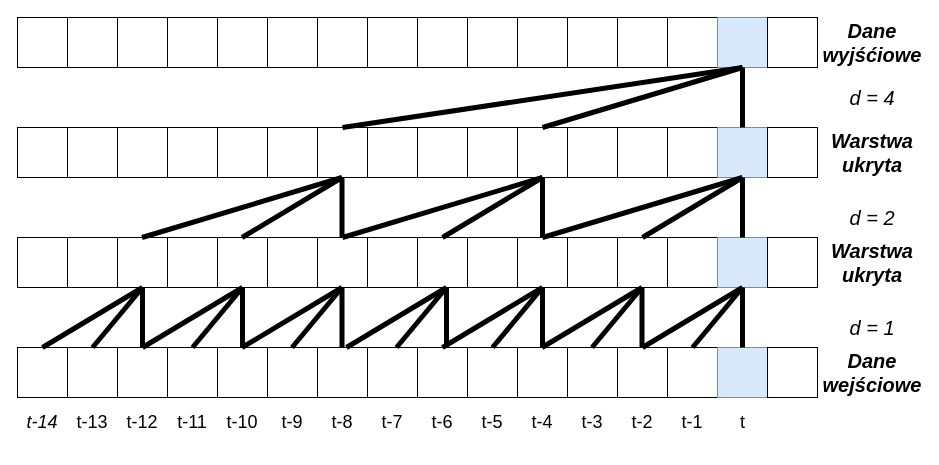
Earlier version of the draw.io diagram Img/tcn.drawio (plubon/Basecaller). Source tidied: cells renumbered, new cells numbered last; positions are measured from the earlier drawing's top-left corner, leaving out a move shared by most shapes. Both pictures are drawn from the tidied source at 100%, with x=0, y=0 at pixel (17, 17).
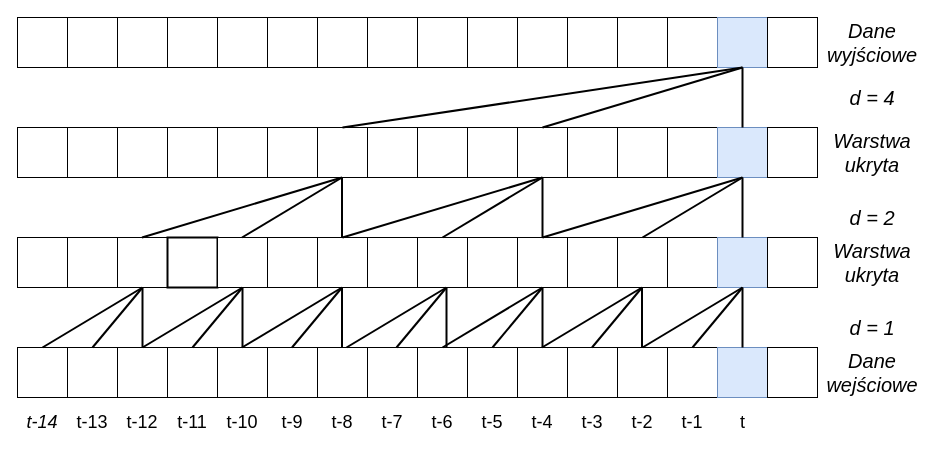
The same page after the edit.

Unchanged cells that the change refers to:
```xml
<mxCell id="16" style="rounded=0;whiteSpace=wrap;html=1;fillColor=#dae8fc;strokeColor=#6c8ebf;" parent="1" vertex="1">
  <mxGeometry x="700" width="50" height="50" as="geometry" />
</mxCell>
<mxCell id="24" style="rounded=0;whiteSpace=wrap;html=1;" parent="1" vertex="1">
  <mxGeometry x="300" y="110" width="50" height="50" as="geometry" />
</mxCell>
<mxCell id="28" style="rounded=0;whiteSpace=wrap;html=1;" parent="1" vertex="1">
  <mxGeometry x="500" y="110" width="50" height="50" as="geometry" />
</mxCell>
<mxCell id="32" style="rounded=0;whiteSpace=wrap;html=1;fillColor=#dae8fc;strokeColor=#6c8ebf;" parent="1" vertex="1">
  <mxGeometry x="700" y="110" width="50" height="50" as="geometry" />
</mxCell>
<mxCell id="44" style="rounded=0;whiteSpace=wrap;html=1;" parent="1" vertex="1">
  <mxGeometry x="500" y="220" width="50" height="50" as="geometry" />
</mxCell>
<mxCell id="46" style="rounded=0;whiteSpace=wrap;html=1;" parent="1" vertex="1">
  <mxGeometry x="600" y="220" width="50" height="50" as="geometry" />
</mxCell>
<mxCell id="48" style="rounded=0;whiteSpace=wrap;html=1;fillColor=#dae8fc;strokeColor=#6c8ebf;" parent="1" vertex="1">
  <mxGeometry x="700" y="220" width="50" height="50" as="geometry" />
</mxCell>
<mxCell id="62" style="rounded=0;whiteSpace=wrap;html=1;" parent="1" vertex="1">
  <mxGeometry x="600" y="330" width="50" height="50" as="geometry" />
</mxCell>
<mxCell id="63" style="rounded=0;whiteSpace=wrap;html=1;" parent="1" vertex="1">
  <mxGeometry x="650" y="330" width="50" height="50" as="geometry" />
</mxCell>
<mxCell id="64" style="rounded=0;whiteSpace=wrap;html=1;fillColor=#dae8fc;strokeColor=#6c8ebf;" parent="1" vertex="1">
  <mxGeometry x="700" y="330" width="50" height="50" as="geometry" />
</mxCell>
```

The edit, as a diff of the source:
```diff
@@
-    <mxCell id="37" style="rounded=0;whiteSpace=wrap;html=1;" parent="1" vertex="1">
+    <mxCell id="37" style="rounded=0;whiteSpace=wrap;html=1;strokeWidth=2;" parent="1" vertex="1">
       <mxGeometry x="150" y="220" width="50" height="50" as="geometry" />
     </mxCell>
@@
-    <mxCell id="66" style="endArrow=none;html=1;entryX=0.5;entryY=1;entryDx=0;entryDy=0;exitX=0.5;exitY=0;exitDx=0;exitDy=0;strokeWidth=5;" parent="1" edge="1" source="32" target="16">
+    <mxCell id="66" style="endArrow=none;html=1;entryX=0.5;entryY=1;entryDx=0;entryDy=0;exitX=0.5;exitY=0;exitDx=0;exitDy=0;strokeWidth=2;" parent="1" edge="1" source="32" target="16">
       <mxGeometry relative="1" as="geometry" />
     </mxCell>
-    <mxCell id="67" style="endArrow=none;html=1;exitX=0.5;exitY=0;exitDx=0;exitDy=0;strokeWidth=5;" parent="1" edge="1" source="48">
+    <mxCell id="67" style="endArrow=none;html=1;exitX=0.5;exitY=0;exitDx=0;exitDy=0;strokeWidth=2;" parent="1" edge="1" source="48">
       <mxGeometry relative="1" as="geometry">
         <mxPoint x="725" y="160" as="targetPoint" />
       </mxGeometry>
     </mxCell>
-    <mxCell id="68" style="endArrow=none;html=1;strokeWidth=5;entryX=0.5;entryY=1;entryDx=0;entryDy=0;" parent="1" edge="1" source="64" target="48">
+    <mxCell id="68" style="endArrow=none;html=1;strokeWidth=2;entryX=0.5;entryY=1;entryDx=0;entryDy=0;" parent="1" edge="1" source="64" target="48">
       <mxGeometry relative="1" as="geometry" />
     </mxCell>
-    <mxCell id="69" style="endArrow=none;html=1;entryX=0.5;entryY=1;entryDx=0;entryDy=0;exitX=0.5;exitY=0;exitDx=0;exitDy=0;strokeWidth=5;" parent="1" edge="1" source="28" target="16">
+    <mxCell id="69" style="endArrow=none;html=1;entryX=0.5;entryY=1;entryDx=0;entryDy=0;exitX=0.5;exitY=0;exitDx=0;exitDy=0;strokeWidth=2;" parent="1" edge="1" source="28" target="16">
       <mxGeometry relative="1" as="geometry" />
     </mxCell>
-    <mxCell id="70" style="endArrow=none;html=1;entryX=0.5;entryY=1;entryDx=0;entryDy=0;exitX=0.5;exitY=0;exitDx=0;exitDy=0;strokeWidth=5;" parent="1" edge="1" source="24" target="16">
+    <mxCell id="70" style="endArrow=none;html=1;entryX=0.5;entryY=1;entryDx=0;entryDy=0;exitX=0.5;exitY=0;exitDx=0;exitDy=0;strokeWidth=2;" parent="1" edge="1" source="24" target="16">
       <mxGeometry relative="1" as="geometry" />
     </mxCell>
-    <mxCell id="71" style="endArrow=none;html=1;entryX=0.5;entryY=1;entryDx=0;entryDy=0;exitX=0.5;exitY=0;exitDx=0;exitDy=0;strokeWidth=5;" parent="1" edge="1" source="46" target="32">
+    <mxCell id="71" style="endArrow=none;html=1;entryX=0.5;entryY=1;entryDx=0;entryDy=0;exitX=0.5;exitY=0;exitDx=0;exitDy=0;strokeWidth=2;" parent="1" edge="1" source="46" target="32">
       <mxGeometry relative="1" as="geometry" />
     </mxCell>
-    <mxCell id="72" style="endArrow=none;html=1;entryX=0.5;entryY=1;entryDx=0;entryDy=0;exitX=0.5;exitY=0;exitDx=0;exitDy=0;strokeWidth=5;" parent="1" edge="1" source="44" target="32">
+    <mxCell id="72" style="endArrow=none;html=1;entryX=0.5;entryY=1;entryDx=0;entryDy=0;exitX=0.5;exitY=0;exitDx=0;exitDy=0;strokeWidth=2;" parent="1" edge="1" source="44" target="32">
       <mxGeometry relative="1" as="geometry" />
     </mxCell>
-    <mxCell id="73" style="endArrow=none;html=1;strokeWidth=5;entryX=0.5;entryY=1;entryDx=0;entryDy=0;exitX=0.5;exitY=0;exitDx=0;exitDy=0;" parent="1" edge="1" source="63" target="48">
+    <mxCell id="73" style="endArrow=none;html=1;strokeWidth=2;entryX=0.5;entryY=1;entryDx=0;entryDy=0;exitX=0.5;exitY=0;exitDx=0;exitDy=0;" parent="1" edge="1" source="63" target="48">
       <mxGeometry relative="1" as="geometry" />
     </mxCell>
-    <mxCell id="74" style="endArrow=none;html=1;strokeWidth=5;entryX=0.5;entryY=1;entryDx=0;entryDy=0;exitX=0.5;exitY=0;exitDx=0;exitDy=0;" parent="1" edge="1" source="62" target="48">
+    <mxCell id="74" style="endArrow=none;html=1;strokeWidth=2;entryX=0.5;entryY=1;entryDx=0;entryDy=0;exitX=0.5;exitY=0;exitDx=0;exitDy=0;" parent="1" edge="1" source="62" target="48">
       <mxGeometry relative="1" as="geometry" />
     </mxCell>
-    <mxCell id="75" style="endArrow=none;html=1;exitX=0.5;exitY=0;exitDx=0;exitDy=0;strokeWidth=5;" parent="1" edge="1">
+    <mxCell id="75" style="endArrow=none;html=1;exitX=0.5;exitY=0;exitDx=0;exitDy=0;strokeWidth=2;" parent="1" edge="1">
       <mxGeometry relative="1" as="geometry">
         <mxPoint x="525" y="220" as="sourcePoint" />
         <mxPoint x="525" y="160" as="targetPoint" />
       </mxGeometry>
     </mxCell>
-    <mxCell id="76" style="endArrow=none;html=1;entryX=0.5;entryY=1;entryDx=0;entryDy=0;exitX=0.5;exitY=0;exitDx=0;exitDy=0;strokeWidth=5;" parent="1" edge="1">
+    <mxCell id="76" style="endArrow=none;html=1;entryX=0.5;entryY=1;entryDx=0;entryDy=0;exitX=0.5;exitY=0;exitDx=0;exitDy=0;strokeWidth=2;" parent="1" edge="1">
       <mxGeometry relative="1" as="geometry">
         <mxPoint x="425" y="220" as="sourcePoint" />
         <mxPoint x="525" y="160" as="targetPoint" />
       </mxGeometry>
     </mxCell>
-    <mxCell id="77" style="endArrow=none;html=1;entryX=0.5;entryY=1;entryDx=0;entryDy=0;exitX=0.5;exitY=0;exitDx=0;exitDy=0;strokeWidth=5;" parent="1" edge="1">
+    <mxCell id="77" style="endArrow=none;html=1;entryX=0.5;entryY=1;entryDx=0;entryDy=0;exitX=0.5;exitY=0;exitDx=0;exitDy=0;strokeWidth=2;" parent="1" edge="1">
       <mxGeometry relative="1" as="geometry">
         <mxPoint x="325" y="220" as="sourcePoint" />
         <mxPoint x="525" y="160" as="targetPoint" />
       </mxGeometry>
     </mxCell>
-    <mxCell id="78" style="endArrow=none;html=1;exitX=0.5;exitY=0;exitDx=0;exitDy=0;strokeWidth=5;" parent="1" edge="1">
+    <mxCell id="78" style="endArrow=none;html=1;exitX=0.5;exitY=0;exitDx=0;exitDy=0;strokeWidth=2;" parent="1" edge="1">
       <mxGeometry relative="1" as="geometry">
         <mxPoint x="324.5" y="220" as="sourcePoint" />
         <mxPoint x="324.5" y="160" as="targetPoint" />
       </mxGeometry>
     </mxCell>
-    <mxCell id="79" style="endArrow=none;html=1;entryX=0.5;entryY=1;entryDx=0;entryDy=0;exitX=0.5;exitY=0;exitDx=0;exitDy=0;strokeWidth=5;" parent="1" edge="1">
+    <mxCell id="79" style="endArrow=none;html=1;entryX=0.5;entryY=1;entryDx=0;entryDy=0;exitX=0.5;exitY=0;exitDx=0;exitDy=0;strokeWidth=2;" parent="1" edge="1">
       <mxGeometry relative="1" as="geometry">
         <mxPoint x="224.5" y="220" as="sourcePoint" />
         <mxPoint x="324.5" y="160" as="targetPoint" />
       </mxGeometry>
     </mxCell>
-    <mxCell id="80" style="endArrow=none;html=1;entryX=0.5;entryY=1;entryDx=0;entryDy=0;exitX=0.5;exitY=0;exitDx=0;exitDy=0;strokeWidth=5;" parent="1" edge="1">
+    <mxCell id="80" style="endArrow=none;html=1;entryX=0.5;entryY=1;entryDx=0;entryDy=0;exitX=0.5;exitY=0;exitDx=0;exitDy=0;strokeWidth=2;" parent="1" edge="1">
       <mxGeometry relative="1" as="geometry">
         <mxPoint x="124.5" y="220" as="sourcePoint" />
         <mxPoint x="324.5" y="160" as="targetPoint" />
       </mxGeometry>
     </mxCell>
-    <mxCell id="81" style="endArrow=none;html=1;strokeWidth=5;entryX=0.5;entryY=1;entryDx=0;entryDy=0;" parent="1" edge="1">
+    <mxCell id="81" style="endArrow=none;html=1;strokeWidth=2;entryX=0.5;entryY=1;entryDx=0;entryDy=0;" parent="1" edge="1">
       <mxGeometry relative="1" as="geometry">
         <mxPoint x="624.5" y="330" as="sourcePoint" />
         <mxPoint x="624.5" y="270" as="targetPoint" />
       </mxGeometry>
     </mxCell>
-    <mxCell id="82" style="endArrow=none;html=1;strokeWidth=5;entryX=0.5;entryY=1;entryDx=0;entryDy=0;exitX=0.5;exitY=0;exitDx=0;exitDy=0;" parent="1" edge="1">
+    <mxCell id="82" style="endArrow=none;html=1;strokeWidth=2;entryX=0.5;entryY=1;entryDx=0;entryDy=0;exitX=0.5;exitY=0;exitDx=0;exitDy=0;" parent="1" edge="1">
       <mxGeometry relative="1" as="geometry">
         <mxPoint x="574.5" y="330" as="sourcePoint" />
         <mxPoint x="624.5" y="270" as="targetPoint" />
       </mxGeometry>
     </mxCell>
-    <mxCell id="83" style="endArrow=none;html=1;strokeWidth=5;entryX=0.5;entryY=1;entryDx=0;entryDy=0;exitX=0.5;exitY=0;exitDx=0;exitDy=0;" parent="1" edge="1">
+    <mxCell id="83" style="endArrow=none;html=1;strokeWidth=2;entryX=0.5;entryY=1;entryDx=0;entryDy=0;exitX=0.5;exitY=0;exitDx=0;exitDy=0;" parent="1" edge="1">
       <mxGeometry relative="1" as="geometry">
         <mxPoint x="524.5" y="330" as="sourcePoint" />
         <mxPoint x="624.5" y="270" as="targetPoint" />
       </mxGeometry>
     </mxCell>
-    <mxCell id="84" style="endArrow=none;html=1;strokeWidth=5;entryX=0.5;entryY=1;entryDx=0;entryDy=0;" parent="1" edge="1">
+    <mxCell id="84" style="endArrow=none;html=1;strokeWidth=2;entryX=0.5;entryY=1;entryDx=0;entryDy=0;" parent="1" edge="1">
       <mxGeometry relative="1" as="geometry">
         <mxPoint x="525" y="330" as="sourcePoint" />
         <mxPoint x="525" y="270" as="targetPoint" />
       </mxGeometry>
     </mxCell>
-    <mxCell id="85" style="endArrow=none;html=1;strokeWidth=5;entryX=0.5;entryY=1;entryDx=0;entryDy=0;exitX=0.5;exitY=0;exitDx=0;exitDy=0;" parent="1" edge="1">
+    <mxCell id="85" style="endArrow=none;html=1;strokeWidth=2;entryX=0.5;entryY=1;entryDx=0;entryDy=0;exitX=0.5;exitY=0;exitDx=0;exitDy=0;" parent="1" edge="1">
       <mxGeometry relative="1" as="geometry">
         <mxPoint x="475" y="330" as="sourcePoint" />
         <mxPoint x="525" y="270" as="targetPoint" />
       </mxGeometry>
     </mxCell>
-    <mxCell id="86" style="endArrow=none;html=1;strokeWidth=5;entryX=0.5;entryY=1;entryDx=0;entryDy=0;exitX=0.5;exitY=0;exitDx=0;exitDy=0;" parent="1" edge="1">
+    <mxCell id="86" style="endArrow=none;html=1;strokeWidth=2;entryX=0.5;entryY=1;entryDx=0;entryDy=0;exitX=0.5;exitY=0;exitDx=0;exitDy=0;" parent="1" edge="1">
       <mxGeometry relative="1" as="geometry">
         <mxPoint x="425" y="330" as="sourcePoint" />
         <mxPoint x="525" y="270" as="targetPoint" />
       </mxGeometry>
     </mxCell>
-    <mxCell id="87" style="endArrow=none;html=1;strokeWidth=5;entryX=0.5;entryY=1;entryDx=0;entryDy=0;" parent="1" edge="1">
+    <mxCell id="87" style="endArrow=none;html=1;strokeWidth=2;entryX=0.5;entryY=1;entryDx=0;entryDy=0;" parent="1" edge="1">
       <mxGeometry relative="1" as="geometry">
         <mxPoint x="429" y="330" as="sourcePoint" />
         <mxPoint x="429" y="270" as="targetPoint" />
       </mxGeometry>
     </mxCell>
-    <mxCell id="88" style="endArrow=none;html=1;strokeWidth=5;entryX=0.5;entryY=1;entryDx=0;entryDy=0;exitX=0.5;exitY=0;exitDx=0;exitDy=0;" parent="1" edge="1">
+    <mxCell id="88" style="endArrow=none;html=1;strokeWidth=2;entryX=0.5;entryY=1;entryDx=0;entryDy=0;exitX=0.5;exitY=0;exitDx=0;exitDy=0;" parent="1" edge="1">
       <mxGeometry relative="1" as="geometry">
         <mxPoint x="379" y="330" as="sourcePoint" />
         <mxPoint x="429" y="270" as="targetPoint" />
       </mxGeometry>
     </mxCell>
-    <mxCell id="89" style="endArrow=none;html=1;strokeWidth=5;entryX=0.5;entryY=1;entryDx=0;entryDy=0;exitX=0.5;exitY=0;exitDx=0;exitDy=0;" parent="1" edge="1">
+    <mxCell id="89" style="endArrow=none;html=1;strokeWidth=2;entryX=0.5;entryY=1;entryDx=0;entryDy=0;exitX=0.5;exitY=0;exitDx=0;exitDy=0;" parent="1" edge="1">
       <mxGeometry relative="1" as="geometry">
         <mxPoint x="329" y="330" as="sourcePoint" />
         <mxPoint x="429" y="270" as="targetPoint" />
       </mxGeometry>
     </mxCell>
-    <mxCell id="90" style="endArrow=none;html=1;strokeWidth=5;entryX=0.5;entryY=1;entryDx=0;entryDy=0;" parent="1" edge="1">
+    <mxCell id="90" style="endArrow=none;html=1;strokeWidth=2;entryX=0.5;entryY=1;entryDx=0;entryDy=0;" parent="1" edge="1">
       <mxGeometry relative="1" as="geometry">
         <mxPoint x="324.5" y="330" as="sourcePoint" />
         <mxPoint x="324.5" y="270" as="targetPoint" />
       </mxGeometry>
     </mxCell>
-    <mxCell id="91" style="endArrow=none;html=1;strokeWidth=5;entryX=0.5;entryY=1;entryDx=0;entryDy=0;exitX=0.5;exitY=0;exitDx=0;exitDy=0;" parent="1" edge="1">
+    <mxCell id="91" style="endArrow=none;html=1;strokeWidth=2;entryX=0.5;entryY=1;entryDx=0;entryDy=0;exitX=0.5;exitY=0;exitDx=0;exitDy=0;" parent="1" edge="1">
       <mxGeometry relative="1" as="geometry">
         <mxPoint x="274.5" y="330" as="sourcePoint" />
         <mxPoint x="324.5" y="270" as="targetPoint" />
       </mxGeometry>
     </mxCell>
-    <mxCell id="92" style="endArrow=none;html=1;strokeWidth=5;entryX=0.5;entryY=1;entryDx=0;entryDy=0;exitX=0.5;exitY=0;exitDx=0;exitDy=0;" parent="1" edge="1">
+    <mxCell id="92" style="endArrow=none;html=1;strokeWidth=2;entryX=0.5;entryY=1;entryDx=0;entryDy=0;exitX=0.5;exitY=0;exitDx=0;exitDy=0;" parent="1" edge="1">
       <mxGeometry relative="1" as="geometry">
         <mxPoint x="224.5" y="330" as="sourcePoint" />
         <mxPoint x="324.5" y="270" as="targetPoint" />
       </mxGeometry>
     </mxCell>
-    <mxCell id="93" style="endArrow=none;html=1;strokeWidth=5;entryX=0.5;entryY=1;entryDx=0;entryDy=0;" parent="1" edge="1">
+    <mxCell id="93" style="endArrow=none;html=1;strokeWidth=2;entryX=0.5;entryY=1;entryDx=0;entryDy=0;" parent="1" edge="1">
       <mxGeometry relative="1" as="geometry">
         <mxPoint x="225" y="330" as="sourcePoint" />
         <mxPoint x="225" y="270" as="targetPoint" />
       </mxGeometry>
     </mxCell>
-    <mxCell id="94" style="endArrow=none;html=1;strokeWidth=5;entryX=0.5;entryY=1;entryDx=0;entryDy=0;exitX=0.5;exitY=0;exitDx=0;exitDy=0;" parent="1" edge="1">
+    <mxCell id="94" style="endArrow=none;html=1;strokeWidth=2;entryX=0.5;entryY=1;entryDx=0;entryDy=0;exitX=0.5;exitY=0;exitDx=0;exitDy=0;" parent="1" edge="1">
       <mxGeometry relative="1" as="geometry">
         <mxPoint x="175" y="330" as="sourcePoint" />
         <mxPoint x="225" y="270" as="targetPoint" />
       </mxGeometry>
     </mxCell>
-    <mxCell id="95" style="endArrow=none;html=1;strokeWidth=5;entryX=0.5;entryY=1;entryDx=0;entryDy=0;exitX=0.5;exitY=0;exitDx=0;exitDy=0;" parent="1" edge="1">
+    <mxCell id="95" style="endArrow=none;html=1;strokeWidth=2;entryX=0.5;entryY=1;entryDx=0;entryDy=0;exitX=0.5;exitY=0;exitDx=0;exitDy=0;" parent="1" edge="1">
       <mxGeometry relative="1" as="geometry">
         <mxPoint x="125" y="330" as="sourcePoint" />
         <mxPoint x="225" y="270" as="targetPoint" />
       </mxGeometry>
     </mxCell>
-    <mxCell id="96" style="endArrow=none;html=1;strokeWidth=5;entryX=0.5;entryY=1;entryDx=0;entryDy=0;" parent="1" edge="1">
+    <mxCell id="96" style="endArrow=none;html=1;strokeWidth=2;entryX=0.5;entryY=1;entryDx=0;entryDy=0;" parent="1" edge="1">
       <mxGeometry relative="1" as="geometry">
         <mxPoint x="125" y="330" as="sourcePoint" />
         <mxPoint x="125" y="270" as="targetPoint" />
       </mxGeometry>
     </mxCell>
-    <mxCell id="97" style="endArrow=none;html=1;strokeWidth=5;entryX=0.5;entryY=1;entryDx=0;entryDy=0;exitX=0.5;exitY=0;exitDx=0;exitDy=0;" parent="1" edge="1">
+    <mxCell id="97" style="endArrow=none;html=1;strokeWidth=2;entryX=0.5;entryY=1;entryDx=0;entryDy=0;exitX=0.5;exitY=0;exitDx=0;exitDy=0;" parent="1" edge="1">
       <mxGeometry relative="1" as="geometry">
         <mxPoint x="75" y="330" as="sourcePoint" />
         <mxPoint x="125" y="270" as="targetPoint" />
       </mxGeometry>
     </mxCell>
-    <mxCell id="98" style="endArrow=none;html=1;strokeWidth=5;entryX=0.5;entryY=1;entryDx=0;entryDy=0;exitX=0.5;exitY=0;exitDx=0;exitDy=0;" parent="1" edge="1">
+    <mxCell id="98" style="endArrow=none;html=1;strokeWidth=2;entryX=0.5;entryY=1;entryDx=0;entryDy=0;exitX=0.5;exitY=0;exitDx=0;exitDy=0;" parent="1" edge="1">
       <mxGeometry relative="1" as="geometry">
         <mxPoint x="25" y="330" as="sourcePoint" />
         <mxPoint x="125" y="270" as="targetPoint" />
       </mxGeometry>
     </mxCell>
@@
-    <mxCell id="102" value="Dane wyjśćiowe" style="text;html=1;strokeColor=none;fillColor=none;align=center;verticalAlign=middle;whiteSpace=wrap;rounded=0;fontStyle=3;fontSize=20;" parent="1" vertex="1">
+    <mxCell id="102" value="&lt;div&gt;Dane wyjściowe&lt;/div&gt;" style="text;html=1;strokeColor=none;fillColor=none;align=center;verticalAlign=middle;whiteSpace=wrap;rounded=0;fontStyle=2;fontSize=20;" parent="1" vertex="1">
       <mxGeometry x="815" y="15" width="80" height="20" as="geometry" />
     </mxCell>
-    <mxCell id="103" value="&lt;div&gt;Dane&lt;/div&gt;&lt;div&gt;wejściowe&lt;br&gt;&lt;/div&gt;" style="text;html=1;strokeColor=none;fillColor=none;align=center;verticalAlign=middle;whiteSpace=wrap;rounded=0;fontStyle=3;fontSize=20;" parent="1" vertex="1">
+    <mxCell id="103" value="&lt;div&gt;Dane&lt;/div&gt;&lt;div&gt;wejściowe&lt;br&gt;&lt;/div&gt;" style="text;html=1;strokeColor=none;fillColor=none;align=center;verticalAlign=middle;whiteSpace=wrap;rounded=0;fontStyle=2;fontSize=20;" parent="1" vertex="1">
       <mxGeometry x="815" y="345" width="80" height="20" as="geometry" />
     </mxCell>
-    <mxCell id="104" value="&lt;div&gt;Warstwa&lt;/div&gt;&lt;div&gt;ukryta&lt;/div&gt;" style="text;html=1;strokeColor=none;fillColor=none;align=center;verticalAlign=middle;whiteSpace=wrap;rounded=0;fontStyle=3;fontSize=20;" parent="1" vertex="1">
+    <mxCell id="104" value="&lt;div&gt;Warstwa&lt;/div&gt;&lt;div&gt;ukryta&lt;/div&gt;" style="text;html=1;strokeColor=none;fillColor=none;align=center;verticalAlign=middle;whiteSpace=wrap;rounded=0;fontStyle=2;fontSize=20;" parent="1" vertex="1">
       <mxGeometry x="815" y="235" width="80" height="20" as="geometry" />
     </mxCell>
-    <mxCell id="105" value="&lt;div&gt;Warstwa&lt;/div&gt;&lt;div&gt;ukryta&lt;/div&gt;" style="text;html=1;strokeColor=none;fillColor=none;align=center;verticalAlign=middle;whiteSpace=wrap;rounded=0;fontStyle=3;fontSize=20;" parent="1" vertex="1">
+    <mxCell id="105" value="&lt;div&gt;Warstwa&lt;/div&gt;&lt;div&gt;ukryta&lt;/div&gt;" style="text;html=1;strokeColor=none;fillColor=none;align=center;verticalAlign=middle;whiteSpace=wrap;rounded=0;fontStyle=2;fontSize=20;" parent="1" vertex="1">
       <mxGeometry x="815" y="125" width="80" height="20" as="geometry" />
     </mxCell>
```
